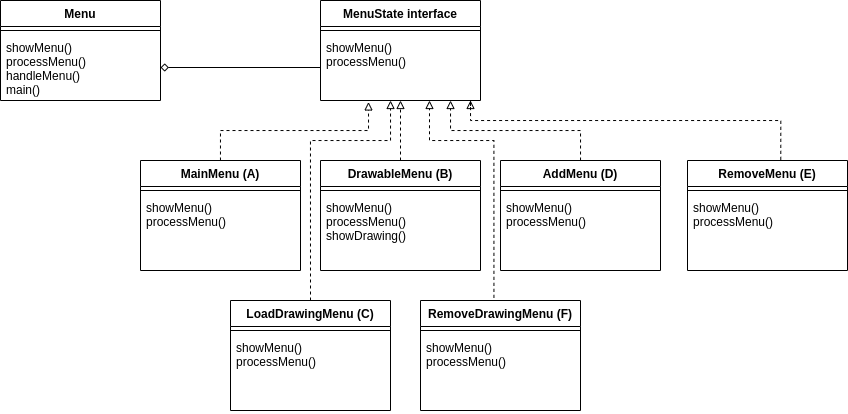
This is images/uml_menue.png from CodaCodalis/Graphic, a draw.io export, as it was before one commit. Source tidied: cells renumbered, new cells last; positions are measured from the earlier drawing's top-left corner, leaving out a move shared by most shapes.
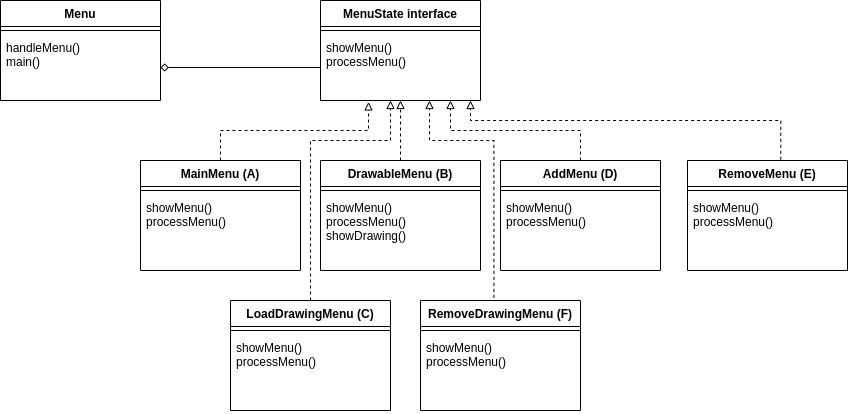
Above is the later version.

Commit message:
Grafik bearbeitet

Diff of the diagram source:
```diff
@@ -8,7 +8,7 @@
     <mxCell id="3" style="line;strokeWidth=1;fillColor=none;align=left;verticalAlign=middle;spacingTop=-1;spacingLeft=3;spacingRight=3;labelPosition=right;" parent="2" vertex="1">
       <mxGeometry y="26" width="160" height="8" as="geometry" />
     </mxCell>
-    <mxCell id="4" value="showMenu()&#10;processMenu()&#10;handleMenu()&#10;main()" style="text;strokeColor=none;fillColor=none;align=left;verticalAlign=top;spacingLeft=4;spacingRight=4;overflow=hidden;points=[[0,0.5],[1,0.5]];portConstraint=eastwest;" parent="2" vertex="1">
+    <mxCell id="4" value="handleMenu()&#10;main()" style="text;strokeColor=none;fillColor=none;align=left;verticalAlign=top;spacingLeft=4;spacingRight=4;overflow=hidden;points=[[0,0.5],[1,0.5]];portConstraint=eastwest;" parent="2" vertex="1">
       <mxGeometry y="34" width="160" height="66" as="geometry" />
     </mxCell>
     <mxCell id="5" style="edgeStyle=orthogonalEdgeStyle;rounded=0;jettySize=auto;html=1;startArrow=none;startFill=0;endArrow=block;endFill=0;entryX=0.3;entryY=1.022;entryDx=0;entryDy=0;entryPerimeter=0;dashed=1;" parent="1" edge="1" source="6" target="19">
```
